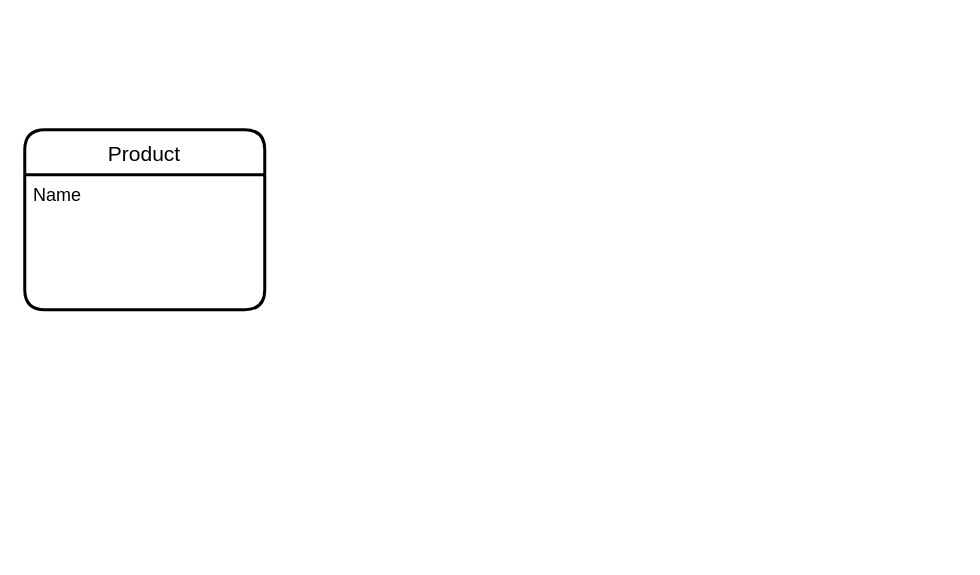
CavidH/StringPool keeps this draw.io diagram as Untitled Diagram.drawio. Above is the earlier version. Source tidied: cells renumbered, new cells numbered last; positions are measured from the earlier drawing's top-left corner, leaving out a move shared by most shapes. Both pictures are drawn from the tidied source at 150%, with x=0, y=0 at pixel (24, 129).
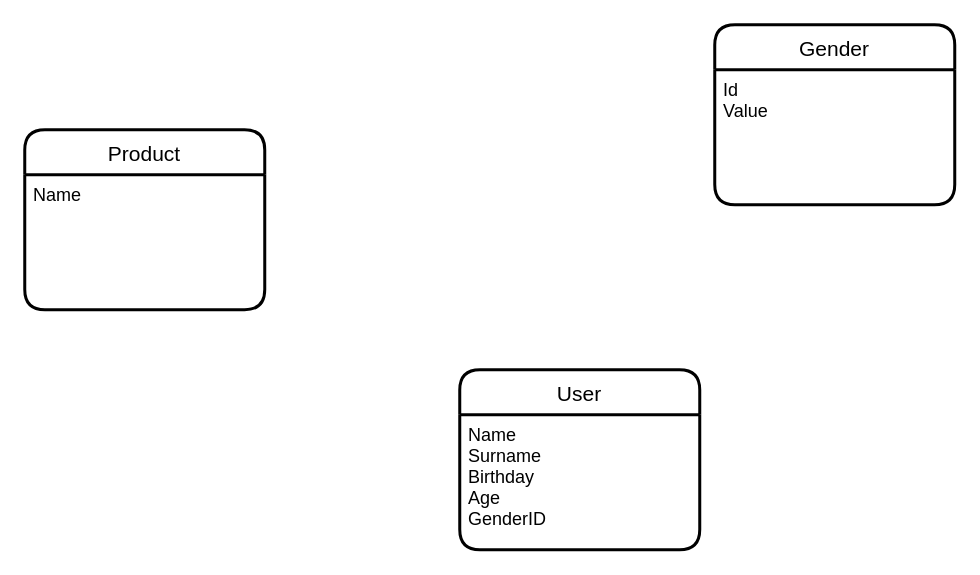
After the change.

What changed in the source:
```diff
@@
 <mxGraphModel>
   <root>
     <mxCell id="0" />
     <mxCell id="1" parent="0" />
     <mxCell id="2" value="Product" style="swimlane;horizontal=1;startSize=30;rounded=1;fontSize=14;fontStyle=0;strokeWidth=2;shadow=0;dashed=0;align=center;" parent="1" vertex="1">
       <mxGeometry width="160" height="120" as="geometry" />
     </mxCell>
     <mxCell id="3" value="Name" style="align=left;strokeColor=none;fillColor=none;spacingLeft=4;fontSize=12;verticalAlign=top;" parent="2" vertex="1">
       <mxGeometry y="30" width="160" height="90" as="geometry" />
     </mxCell>
+    <mxCell id="4" value="User" style="swimlane;horizontal=1;startSize=30;rounded=1;fontSize=14;fontStyle=0;strokeWidth=2;shadow=0;dashed=0;align=center;" parent="1" vertex="1">
+      <mxGeometry x="290" y="160" width="160" height="120" as="geometry" />
+    </mxCell>
+    <mxCell id="5" value="Name&#10;Surname&#10;Birthday&#10;Age&#10;GenderID&#10;" style="align=left;strokeColor=none;fillColor=none;spacingLeft=4;fontSize=12;verticalAlign=top;" parent="4" vertex="1">
+      <mxGeometry y="30" width="160" height="90" as="geometry" />
+    </mxCell>
+    <mxCell id="6" value="Gender" style="swimlane;horizontal=1;startSize=30;rounded=1;fontSize=14;fontStyle=0;strokeWidth=2;shadow=0;dashed=0;align=center;" parent="1" vertex="1">
+      <mxGeometry x="460" y="-70" width="160" height="120" as="geometry" />
+    </mxCell>
+    <mxCell id="7" value="Id&#10;Value" style="align=left;strokeColor=none;fillColor=none;spacingLeft=4;fontSize=12;verticalAlign=top;" parent="6" vertex="1">
+      <mxGeometry y="30" width="160" height="90" as="geometry" />
+    </mxCell>
   </root>
 </mxGraphModel>
```
